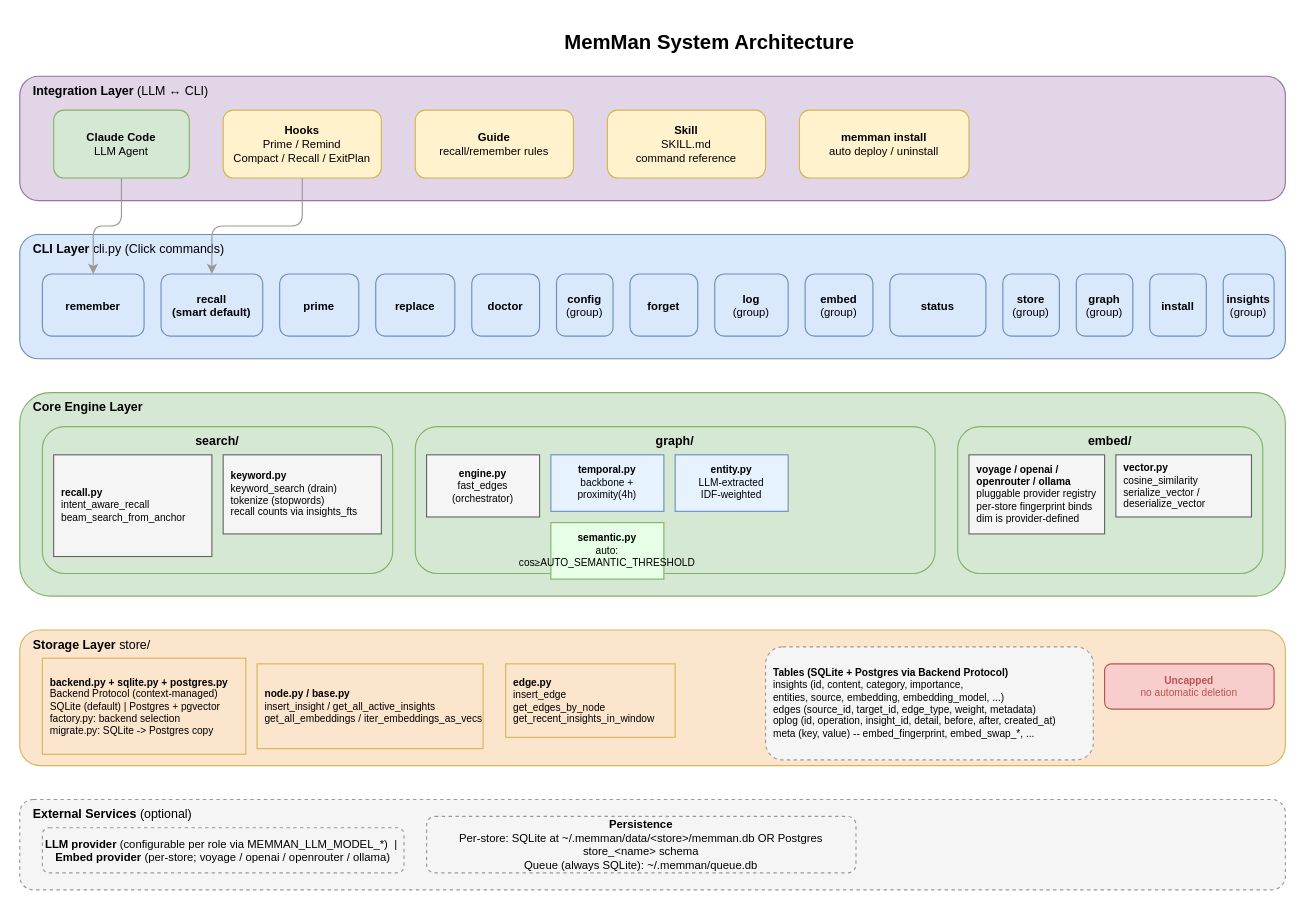
The draw.io diagram docs/diagrams/01-system-architecture.drawio in bissli/memman, before the edit. Source tidied: cells renumbered, new cells numbered last; positions are measured from the earlier drawing's top-left corner, leaving out a move shared by most shapes. Both pictures are drawn from the tidied source at 113%, with x=0, y=0 at pixel (19, 19).
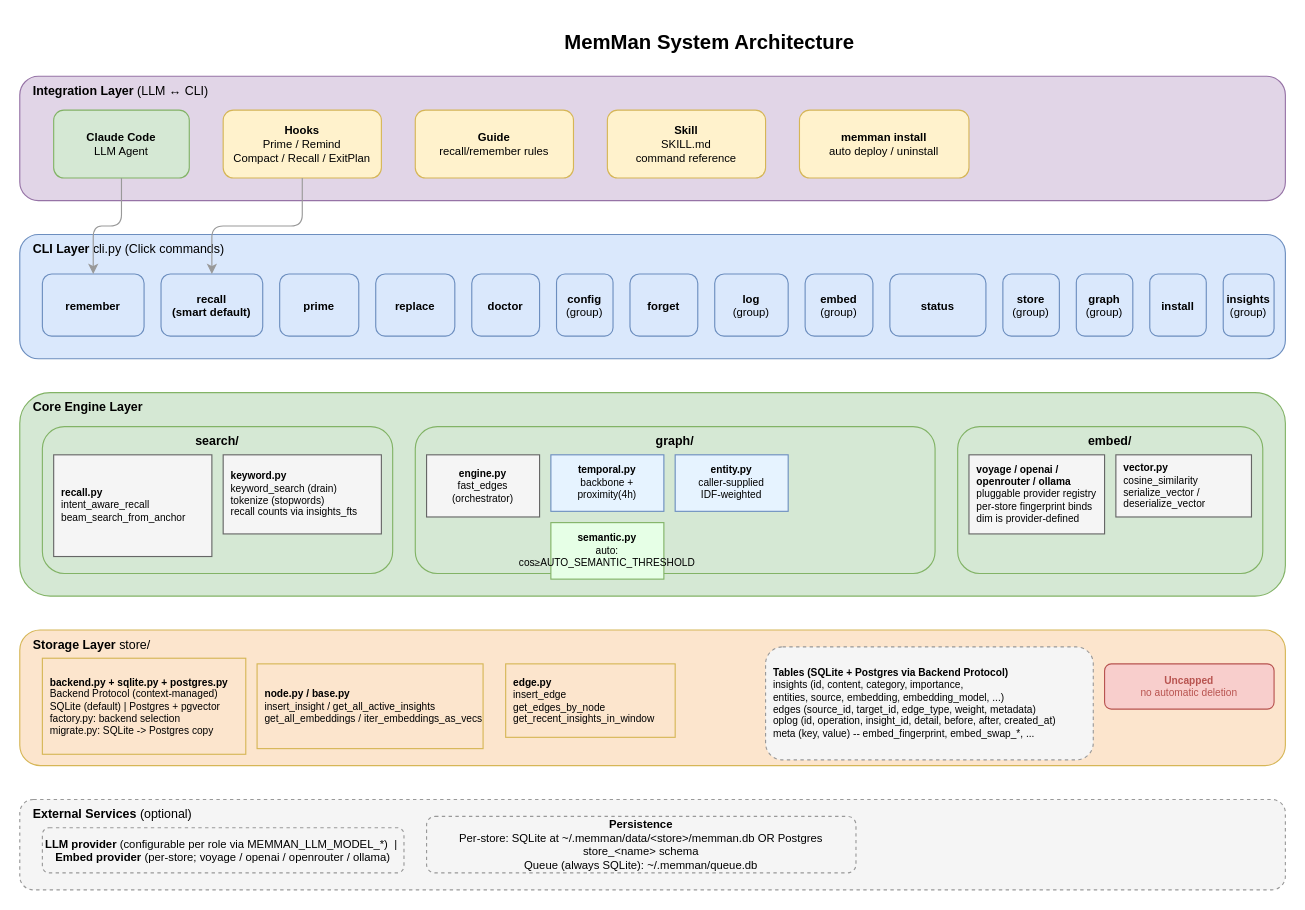
After the change.

The edit, as a diff of the source:
```diff
@@
-    <mxCell id="31" value="&lt;b&gt;entity.py&lt;/b&gt;&lt;br&gt;LLM-extracted&lt;br&gt;IDF-weighted" style="rounded=0;whiteSpace=wrap;html=1;fontSize=9;fillColor=#E6F3FF;strokeColor=#6c8ebf;" parent="1" vertex="1">
+    <mxCell id="31" value="&lt;b&gt;entity.py&lt;/b&gt;&lt;br&gt;caller-supplied&lt;br&gt;IDF-weighted" style="rounded=0;whiteSpace=wrap;html=1;fontSize=9;fillColor=#E6F3FF;strokeColor=#6c8ebf;" parent="1" vertex="1">
       <mxGeometry x="580" y="385" width="100" height="50" as="geometry" />
     </mxCell>
```
